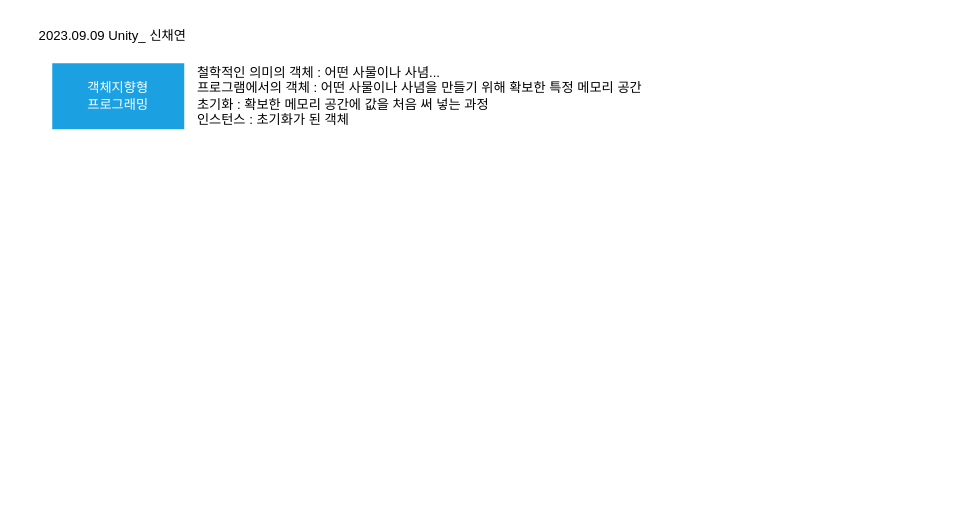
Before: 20230909.drawio in codus87/UnityStudy, a draw.io diagram. Source tidied: cells renumbered, new cells numbered last; positions are measured from the earlier drawing's top-left corner, leaving out a move shared by most shapes. Both pictures are drawn from the tidied source at 110%, with x=0, y=0 at pixel (19, 19).
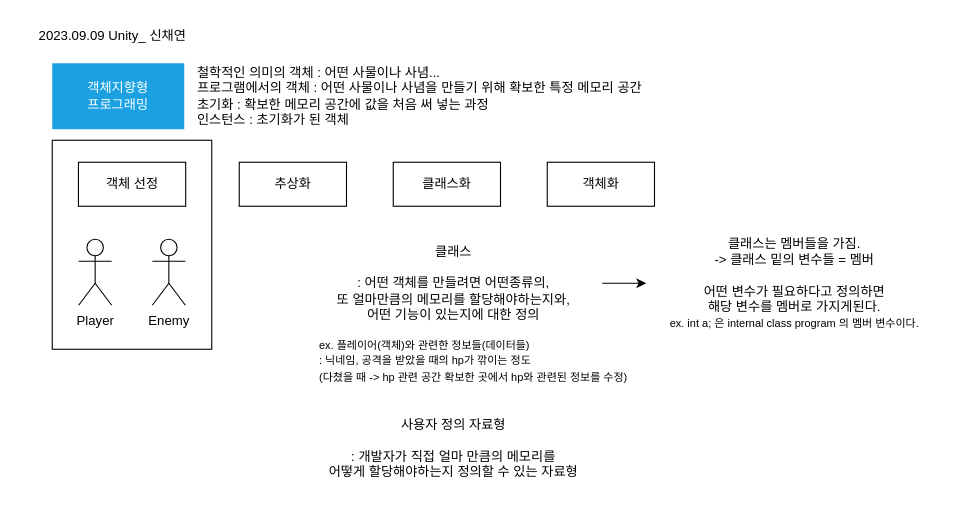
Above is the later version.

The edit, as a diff of the source:
```diff
@@
 <mxGraphModel>
   <root>
     <mxCell id="0" />
     <mxCell id="1" parent="0" />
+    <mxCell id="5" style="rounded=0;whiteSpace=wrap;html=1;fontSize=6;fillColor=none;" parent="1" vertex="1">
+      <mxGeometry x="30" y="110" width="145" height="190" as="geometry" />
+    </mxCell>
     <mxCell id="2" value="객체지향형&lt;br&gt;프로그래밍" style="rounded=0;whiteSpace=wrap;html=1;fillColor=#1ba1e2;strokeColor=none;fontColor=#ffffff;" parent="1" vertex="1">
       <mxGeometry x="30" y="40" width="120" height="60" as="geometry" />
     </mxCell>
     <mxCell id="3" value="철학적인 의미의 객체 : 어떤 사물이나 사념...&lt;br&gt;프로그램에서의 객체 : 어떤 사물이나 사념을 만들기 위해 확보한 특정 메모리 공간&lt;br&gt;초기화 : 확보한 메모리 공간에 값을 처음 써 넣는 과정&lt;br&gt;&lt;div style=&quot;&quot;&gt;&lt;span style=&quot;background-color: initial;&quot;&gt;인스턴스 : 초기화가 된 객체&lt;/span&gt;&lt;/div&gt;" style="text;html=1;strokeColor=none;fillColor=none;align=left;verticalAlign=middle;whiteSpace=wrap;rounded=0;" parent="1" vertex="1">
       <mxGeometry x="160" y="45" width="510" height="50" as="geometry" />
     </mxCell>
     <mxCell id="4" value="2023.09.09 Unity_ 신채연" style="text;html=1;strokeColor=none;fillColor=none;align=center;verticalAlign=middle;whiteSpace=wrap;rounded=0;" parent="1" vertex="1">
       <mxGeometry width="170" height="30" as="geometry" />
     </mxCell>
+    <mxCell id="6" value="객체 선정" style="rounded=0;whiteSpace=wrap;html=1;strokeWidth=1;align=center;" parent="1" vertex="1">
+      <mxGeometry x="53.8" y="130" width="97.5" height="40" as="geometry" />
+    </mxCell>
+    <mxCell id="7" style="group;" parent="1" vertex="1">
+      <mxGeometry x="54" y="200" width="97" height="60" as="geometry" />
+    </mxCell>
+    <mxCell id="8" value="Player" style="shape=umlActor;verticalLabelPosition=bottom;verticalAlign=top;html=1;" parent="7" vertex="1">
+      <mxGeometry width="30" height="60" as="geometry" />
+    </mxCell>
+    <mxCell id="9" value="Enemy" style="shape=umlActor;verticalLabelPosition=bottom;verticalAlign=top;html=1;" parent="7" vertex="1">
+      <mxGeometry x="67" width="30" height="60" as="geometry" />
+    </mxCell>
+    <mxCell id="10" value="추상화" style="rounded=0;whiteSpace=wrap;html=1;strokeWidth=1;align=center;" parent="1" vertex="1">
+      <mxGeometry x="200" y="130" width="97.5" height="40" as="geometry" />
+    </mxCell>
+    <mxCell id="11" value="클래스화" style="rounded=0;whiteSpace=wrap;html=1;strokeWidth=1;align=center;" parent="1" vertex="1">
+      <mxGeometry x="340" y="130" width="97.5" height="40" as="geometry" />
+    </mxCell>
+    <mxCell id="12" value="객체화" style="rounded=0;whiteSpace=wrap;html=1;strokeWidth=1;align=center;" parent="1" vertex="1">
+      <mxGeometry x="480" y="130" width="97.5" height="40" as="geometry" />
+    </mxCell>
+    <mxCell id="13" style="edgeStyle=orthogonalEdgeStyle;rounded=0;jettySize=auto;html=1;" parent="1" edge="1" source="14" target="17">
+      <mxGeometry relative="1" as="geometry" />
+    </mxCell>
+    <mxCell id="14" value="클래스&lt;br&gt;&lt;br&gt;: 어떤 객체를 만들려면 어떤종류의,&lt;br&gt;또 얼마만큼의 메모리를 할당해야하는지와,&lt;br&gt;어떤 기능이 있는지에 대한 정의" style="text;html=1;strokeColor=none;fillColor=none;align=center;verticalAlign=middle;whiteSpace=wrap;rounded=0;" parent="1" vertex="1">
+      <mxGeometry x="260" y="200" width="270" height="80" as="geometry" />
+    </mxCell>
+    <mxCell id="15" value="&lt;font style=&quot;font-size: 10px;&quot;&gt;ex. 플레이어(객체)와 관련한 정보들(데이터들)&lt;br&gt;: 닉네임, 공격을 받았을 때의 hp가 깎이는 정도&lt;br&gt;(다쳤을 때 -&amp;gt; hp 관련 공간 확보한 곳에서 hp와 관련된 정보를 수정)&lt;/font&gt;" style="text;html=1;strokeColor=none;fillColor=none;align=left;verticalAlign=middle;whiteSpace=wrap;rounded=0;" parent="1" vertex="1">
+      <mxGeometry x="271.2" y="270" width="306.2" height="80" as="geometry" />
+    </mxCell>
+    <mxCell id="16" value="사용자 정의 자료형&lt;br&gt;&lt;br&gt;: 개발자가 직접 얼마 만큼의 메모리를&lt;br&gt;어떻게 할당해야하는지 정의할 수 있는 자료형" style="text;html=1;strokeColor=none;fillColor=none;align=center;verticalAlign=middle;whiteSpace=wrap;rounded=0;" parent="1" vertex="1">
+      <mxGeometry x="260" y="350" width="270" height="80" as="geometry" />
+    </mxCell>
+    <mxCell id="17" value="클래스는 멤버들을 가짐.&lt;br&gt;-&amp;gt; 클래스 밑의 변수들 = 멤버&lt;br&gt;&lt;br&gt;어떤 변수가 필요하다고 정의하면&lt;br&gt;해당 변수를 멤버로 가지게된다.&lt;br&gt;&lt;font style=&quot;font-size: 10px;&quot;&gt;ex. int a; 은 internal class program 의 멤버 변수이다.&lt;/font&gt;" style="text;html=1;strokeColor=none;fillColor=none;align=center;verticalAlign=middle;whiteSpace=wrap;rounded=0;" parent="1" vertex="1">
+      <mxGeometry x="570" y="200" width="270" height="80" as="geometry" />
+    </mxCell>
   </root>
 </mxGraphModel>
```
